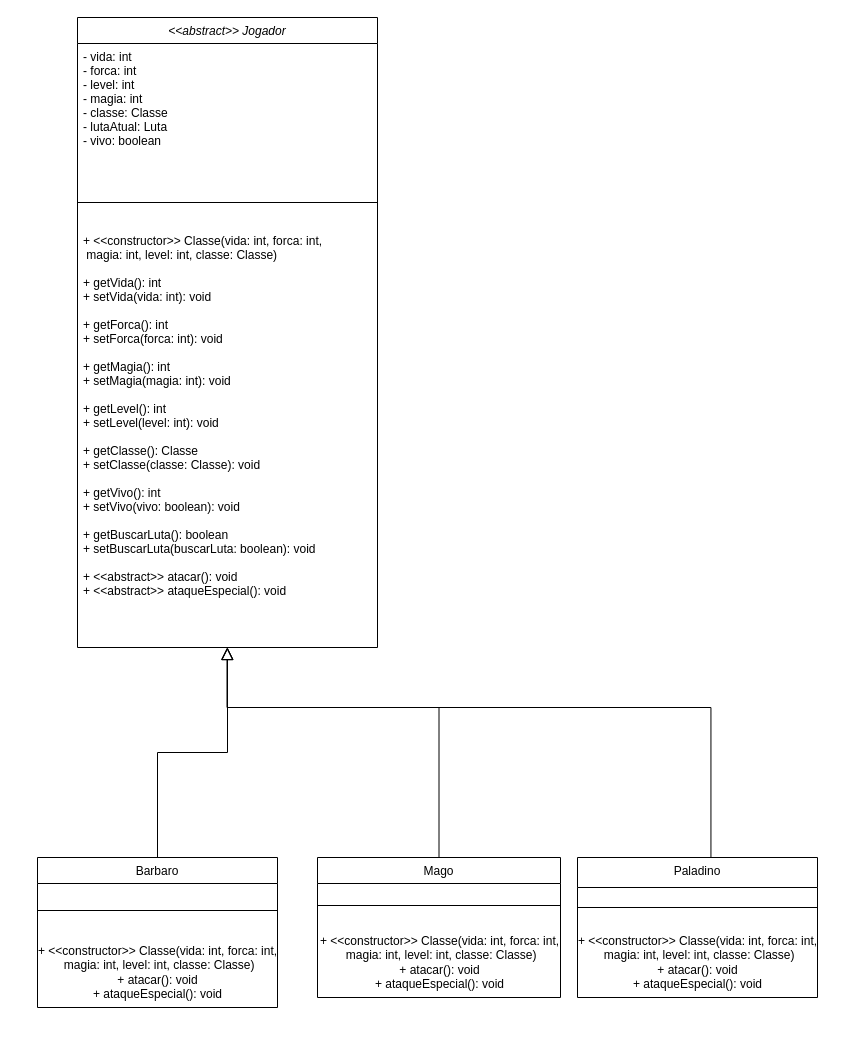
Before: Diagrama sem nome.drawio in Pedry123/jogo_polimorfismo, a draw.io diagram. Source tidied: cells renumbered, new cells numbered last; positions are measured from the earlier drawing's top-left corner, leaving out a move shared by most shapes. Both pictures are drawn from the tidied source at 100%, with x=0, y=0 at pixel (37, 17).
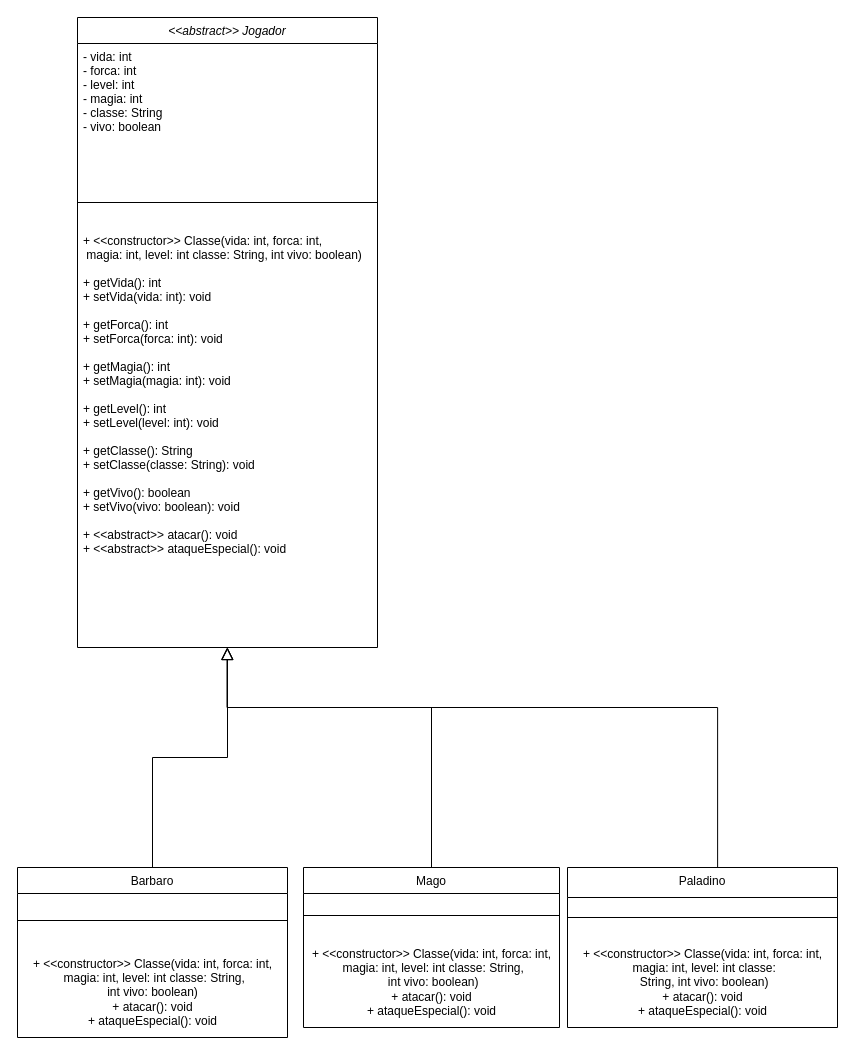
Above is the later version.

Unchanged cells that the change refers to:
```xml
<mxCell id="2" value="&lt;&lt;abstract&gt;&gt; Jogador" style="swimlane;fontStyle=2;align=center;verticalAlign=top;horizontal=1;startSize=26;rounded=0;shadow=0;strokeWidth=1;" parent="1" vertex="1">
  <mxGeometry x="40" width="300" height="630" as="geometry" />
</mxCell>
```

Change to the diagram source:
```diff
@@
-    <mxCell id="3" value="- vida: int&#10;- forca: int&#10;- level: int&#10;- magia: int&#10;- classe: Classe&#10;- lutaAtual: Luta&#10;- vivo: boolean&#10;" style="text;align=left;verticalAlign=top;spacingLeft=4;spacingRight=4;overflow=hidden;" parent="2" vertex="1">
+    <mxCell id="3" value="- vida: int&#10;- forca: int&#10;- level: int&#10;- magia: int&#10;- classe: String&#10;- vivo: boolean&#10;" style="text;align=left;verticalAlign=top;spacingLeft=4;spacingRight=4;overflow=hidden;" parent="2" vertex="1">
       <mxGeometry y="26" width="300" height="134" as="geometry" />
     </mxCell>
@@
-    <mxCell id="6" value="+ &lt;&lt;constructor&gt;&gt; Classe(vida: int, forca: int,&#10; magia: int, level: int, classe: Classe)&#10;&#10;+ getVida(): int&#10;+ setVida(vida: int): void&#10;&#10;+ getForca(): int&#10;+ setForca(forca: int): void&#10;&#10;+ getMagia(): int&#10;+ setMagia(magia: int): void&#10;&#10;+ getLevel(): int&#10;+ setLevel(level: int): void&#10;&#10;+ getClasse(): Classe&#10;+ setClasse(classe: Classe): void&#10;&#10;+ getVivo(): int&#10;+ setVivo(vivo: boolean): void&#10;&#10;+ getBuscarLuta(): boolean&#10;+ setBuscarLuta(buscarLuta: boolean): void&#10;&#10;+ &lt;&lt;abstract&gt;&gt; atacar(): void&#10;+ &lt;&lt;abstract&gt;&gt; ataqueEspecial(): void&#10;" style="text;align=left;verticalAlign=top;spacingLeft=4;spacingRight=4;overflow=hidden;" parent="2" vertex="1">
+    <mxCell id="6" value="+ &lt;&lt;constructor&gt;&gt; Classe(vida: int, forca: int,&#10; magia: int, level: int classe: String, int vivo: boolean)&#10;&#10;+ getVida(): int&#10;+ setVida(vida: int): void&#10;&#10;+ getForca(): int&#10;+ setForca(forca: int): void&#10;&#10;+ getMagia(): int&#10;+ setMagia(magia: int): void&#10;&#10;+ getLevel(): int&#10;+ setLevel(level: int): void&#10;&#10;+ getClasse(): String&#10;+ setClasse(classe: String): void&#10;&#10;+ getVivo(): boolean&#10;+ setVivo(vivo: boolean): void&#10;&#10;+ &lt;&lt;abstract&gt;&gt; atacar(): void&#10;+ &lt;&lt;abstract&gt;&gt; ataqueEspecial(): void&#10;" style="text;align=left;verticalAlign=top;spacingLeft=4;spacingRight=4;overflow=hidden;" parent="2" vertex="1">
       <mxGeometry y="210" width="300" height="420" as="geometry" />
     </mxCell>
     <mxCell id="7" value="Barbaro&#10;" style="swimlane;fontStyle=0;align=center;verticalAlign=top;horizontal=1;startSize=26;rounded=0;shadow=0;strokeWidth=1;" parent="1" vertex="1">
-      <mxGeometry y="840" width="240" height="150" as="geometry" />
+      <mxGeometry x="-20" y="850" width="270" height="170" as="geometry" />
     </mxCell>
     <mxCell id="8" style="line;html=1;strokeWidth=1;align=left;verticalAlign=middle;spacingTop=-1;spacingLeft=3;spacingRight=3;labelPosition=right;" parent="7" vertex="1">
-      <mxGeometry y="26" width="240" height="54" as="geometry" />
+      <mxGeometry y="26" width="270" height="54" as="geometry" />
     </mxCell>
-    <mxCell id="9" value="+ &amp;lt;&amp;lt;constructor&amp;gt;&amp;gt; Classe(vida: int, forca: int,&lt;br style=&quot;border-color: var(--border-color); padding: 0px; margin: 0px; text-align: left;&quot;&gt;&lt;span style=&quot;text-align: left;&quot;&gt;&amp;nbsp;magia: int, level: int, classe: Classe)&lt;/span&gt;&lt;br&gt;+ atacar(): void&lt;br&gt;+ ataqueEspecial(): void" style="text;html=1;align=center;verticalAlign=middle;strokeColor=none;fillColor=none;" parent="7" vertex="1">
-      <mxGeometry y="80" width="240" height="70" as="geometry" />
+    <mxCell id="9" value="+ &amp;lt;&amp;lt;constructor&amp;gt;&amp;gt; Classe(vida: int, forca: int,&lt;br style=&quot;border-color: var(--border-color); padding: 0px; margin: 0px; text-align: left;&quot;&gt;&lt;span style=&quot;text-align: left;&quot;&gt;&amp;nbsp;magia: int, level: int classe: String, &lt;br&gt;int vivo: boolean)&lt;/span&gt;&lt;br&gt;+ atacar(): void&lt;br&gt;+ ataqueEspecial(): void" style="text;html=1;align=center;verticalAlign=middle;strokeColor=none;fillColor=none;" parent="7" vertex="1">
+      <mxGeometry y="80" width="270" height="90" as="geometry" />
     </mxCell>
@@
     <mxCell id="11" value="Mago" style="swimlane;fontStyle=0;align=center;verticalAlign=top;horizontal=1;startSize=26;rounded=0;shadow=0;strokeWidth=1;" parent="1" vertex="1">
-      <mxGeometry x="280" y="840" width="243" height="140" as="geometry" />
+      <mxGeometry x="266" y="850" width="256" height="160" as="geometry" />
     </mxCell>
     <mxCell id="12" style="line;html=1;strokeWidth=1;align=left;verticalAlign=middle;spacingTop=-1;spacingLeft=3;spacingRight=3;labelPosition=right;" parent="11" vertex="1">
-      <mxGeometry y="26" width="243" height="44" as="geometry" />
+      <mxGeometry y="26" width="256" height="44" as="geometry" />
     </mxCell>
-    <mxCell id="13" value="+ &amp;lt;&amp;lt;constructor&amp;gt;&amp;gt; Classe(vida: int, forca: int,&lt;br style=&quot;border-color: var(--border-color); padding: 0px; margin: 0px; text-align: left;&quot;&gt;&lt;span style=&quot;text-align: left;&quot;&gt;&amp;nbsp;magia: int, level: int, classe: Classe)&lt;/span&gt;&lt;br&gt;+ atacar(): void&lt;br&gt;+ ataqueEspecial(): void" style="text;html=1;align=center;verticalAlign=middle;strokeColor=none;fillColor=none;" parent="11" vertex="1">
-      <mxGeometry y="70" width="243" height="70" as="geometry" />
+    <mxCell id="13" value="+ &amp;lt;&amp;lt;constructor&amp;gt;&amp;gt; Classe(vida: int, forca: int,&lt;br style=&quot;border-color: var(--border-color); padding: 0px; margin: 0px; text-align: left;&quot;&gt;&lt;span style=&quot;text-align: left;&quot;&gt;&amp;nbsp;magia: int, level: int classe: String,&lt;br&gt;&amp;nbsp;int vivo: boolean)&lt;br&gt;&lt;/span&gt;+ atacar(): void&lt;br&gt;+ ataqueEspecial(): void" style="text;html=1;align=center;verticalAlign=middle;strokeColor=none;fillColor=none;" parent="11" vertex="1">
+      <mxGeometry y="70" width="256" height="90" as="geometry" />
     </mxCell>
@@
     <mxCell id="15" value="Paladino" style="swimlane;fontStyle=0;align=center;verticalAlign=top;horizontal=1;startSize=30;rounded=0;shadow=0;strokeWidth=1;" parent="1" vertex="1">
-      <mxGeometry x="540" y="840" width="240" height="140" as="geometry" />
+      <mxGeometry x="530" y="850" width="270" height="160" as="geometry" />
     </mxCell>
     <mxCell id="16" style="line;html=1;strokeWidth=1;align=left;verticalAlign=middle;spacingTop=-1;spacingLeft=3;spacingRight=3;labelPosition=right;" parent="15" vertex="1">
-      <mxGeometry y="30" width="240" height="40" as="geometry" />
+      <mxGeometry y="30" width="270" height="40" as="geometry" />
     </mxCell>
-    <mxCell id="17" value="+ &amp;lt;&amp;lt;constructor&amp;gt;&amp;gt; Classe(vida: int, forca: int,&lt;br style=&quot;border-color: var(--border-color); padding: 0px; margin: 0px; text-align: left;&quot;&gt;&lt;span style=&quot;text-align: left;&quot;&gt;&amp;nbsp;magia: int, level: int, classe: Classe)&lt;/span&gt;&lt;br&gt;+ atacar(): void&lt;br&gt;+ ataqueEspecial(): void" style="text;html=1;align=center;verticalAlign=middle;strokeColor=none;fillColor=none;" parent="15" vertex="1">
-      <mxGeometry y="70" width="240" height="70" as="geometry" />
+    <mxCell id="17" value="+ &amp;lt;&amp;lt;constructor&amp;gt;&amp;gt; Classe(vida: int, forca: int,&lt;br style=&quot;border-color: var(--border-color); padding: 0px; margin: 0px; text-align: left;&quot;&gt;&lt;span style=&quot;text-align: left;&quot;&gt;&amp;nbsp;magia: int, level: int classe:&lt;br&gt;&amp;nbsp;String, int vivo: boolean)&lt;/span&gt;&lt;br&gt;+ atacar(): void&lt;br&gt;+ ataqueEspecial(): void" style="text;html=1;align=center;verticalAlign=middle;strokeColor=none;fillColor=none;" parent="15" vertex="1">
+      <mxGeometry y="70" width="270" height="90" as="geometry" />
     </mxCell>
```
